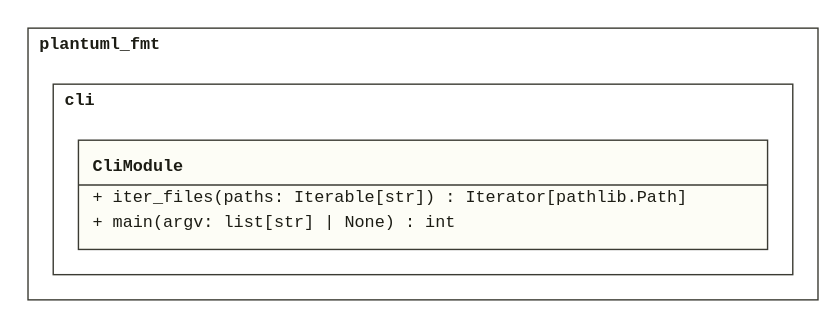
Earlier version of the PlantUML export doc/assets/CL_Cli.svg (derivasoftware/plantuml-fmt). Its source is kept beside it as design/lld/plantuml_fmt/CL_Cli.puml.
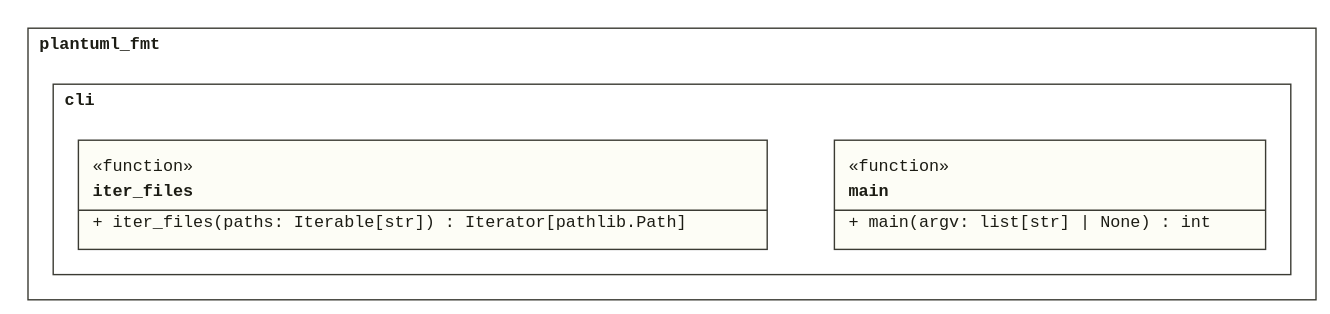
The same file after the commit.

Commit message:
Model the module functions on the function axis (BOK-00139-1)

The edit, as a diff of the source:
```diff
@@ -3,11 +3,12 @@
 !startsub CliModule
 
 namespace plantuml_fmt.cli {
-  class "<<module>>" as CliModule {
+  class iter_files <<function>> {
     + iter_files(paths: Iterable[str]) : Iterator[pathlib.Path]
+  }
+  class main <<function>> {
     + main(argv: list[str] | None) : int
   }
-  CliModule ..> plantuml_fmt.formatter.FormatterModule
 }
 
 !endsub
```
